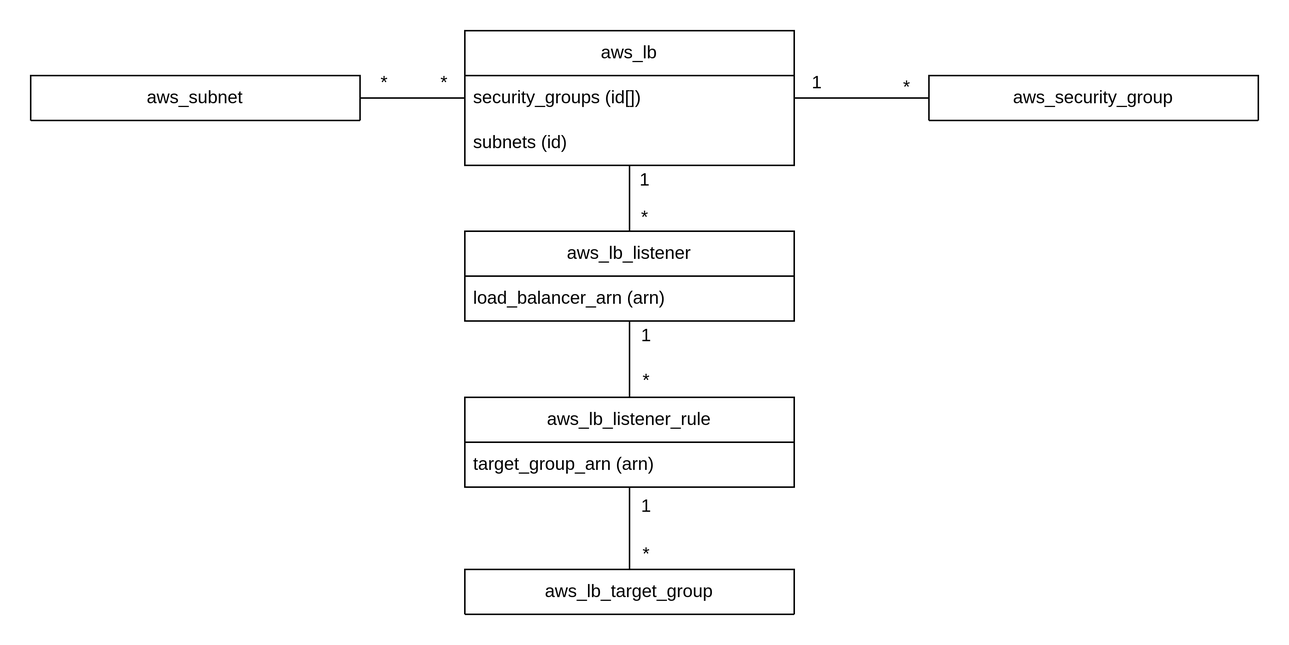
kuritaeiji/Memo keeps this draw.io diagram as Terraform/AWS/image/LB-ER図.png. Above is the earlier version. Source tidied: cells renumbered, new cells last; positions are measured from the earlier drawing's top-left corner, leaving out a move shared by most shapes.
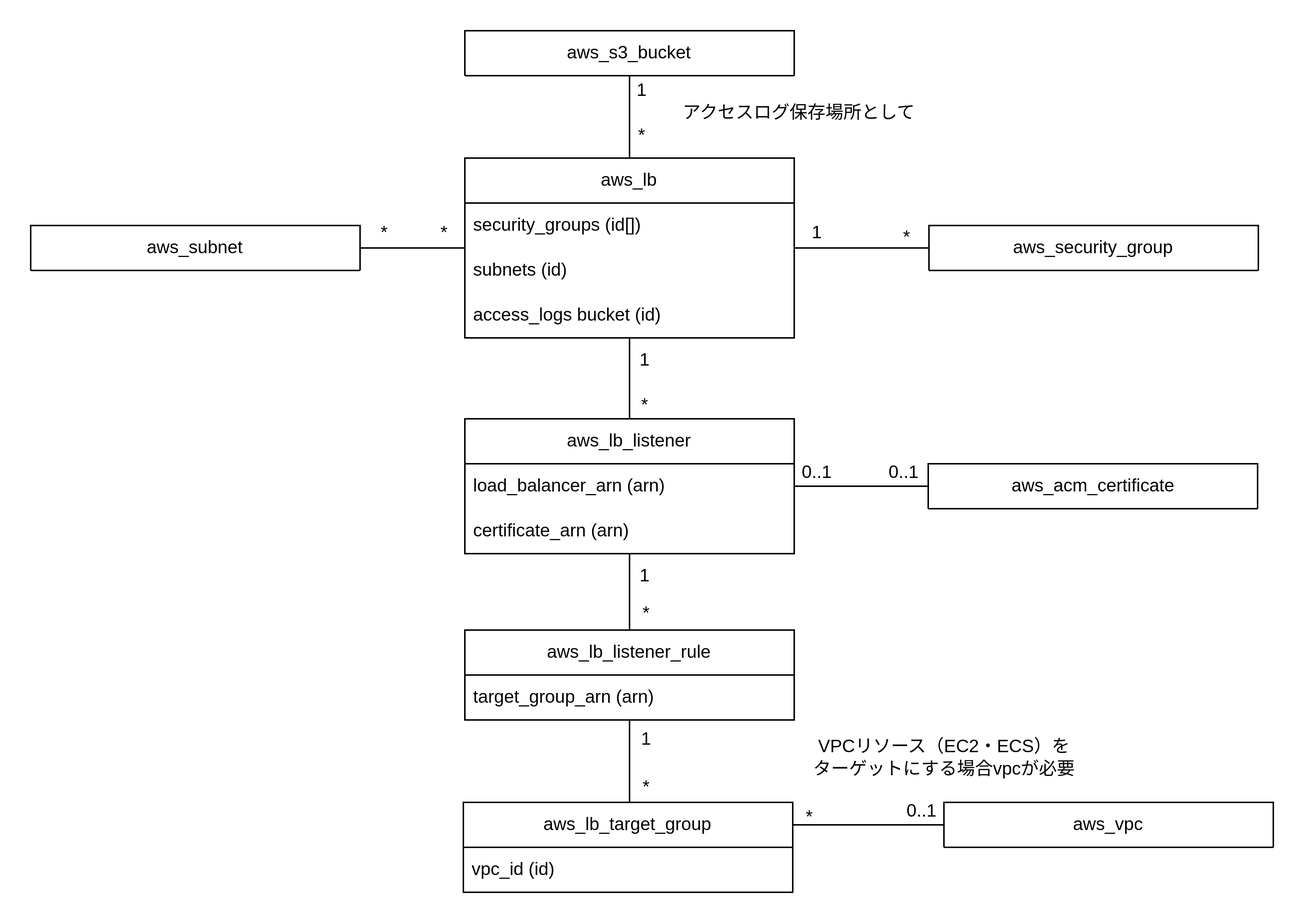
The same file after the commit.

The edit, as a diff of the source:
```diff
@@ -3,79 +3,132 @@
     <mxCell id="0" />
     <mxCell id="1" parent="0" />
     <mxCell id="2" value="aws_security_group" style="swimlane;fontStyle=0;horizontal=1;startSize=30;whiteSpace=wrap;html=1;" parent="1" vertex="1">
-      <mxGeometry x="600" y="30" width="220" height="30" as="geometry" />
+      <mxGeometry x="600" y="-25" width="220" height="30" as="geometry" />
     </mxCell>
-    <mxCell id="3" style="edgeStyle=orthogonalEdgeStyle;rounded=0;jettySize=auto;html=1;entryX=0;entryY=0.5;entryDx=0;entryDy=0;endArrow=none;endFill=0;" parent="1" edge="1" source="6" target="2">
+    <mxCell id="3" style="edgeStyle=orthogonalEdgeStyle;rounded=0;jettySize=auto;html=1;entryX=0;entryY=0.5;entryDx=0;entryDy=0;endArrow=none;endFill=0;" parent="1" edge="1" source="7" target="2">
       <mxGeometry relative="1" as="geometry" />
     </mxCell>
-    <mxCell id="4" style="edgeStyle=orthogonalEdgeStyle;rounded=0;jettySize=auto;html=1;entryX=0.5;entryY=0;entryDx=0;entryDy=0;endArrow=none;endFill=0;" parent="1" edge="1" source="6" target="12">
+    <mxCell id="4" style="edgeStyle=orthogonalEdgeStyle;rounded=0;jettySize=auto;html=1;entryX=0.5;entryY=0;entryDx=0;entryDy=0;endArrow=none;endFill=0;" parent="1" edge="1" source="7" target="14">
       <mxGeometry relative="1" as="geometry" />
     </mxCell>
-    <mxCell id="5" style="edgeStyle=orthogonalEdgeStyle;rounded=0;jettySize=auto;html=1;entryX=1;entryY=0.5;entryDx=0;entryDy=0;endArrow=none;endFill=0;" parent="1" edge="1" source="6" target="24">
+    <mxCell id="5" style="edgeStyle=orthogonalEdgeStyle;rounded=0;jettySize=auto;html=1;entryX=1;entryY=0.5;entryDx=0;entryDy=0;endArrow=none;endFill=0;" parent="1" edge="1" source="7" target="27">
       <mxGeometry relative="1" as="geometry" />
     </mxCell>
-    <mxCell id="6" value="aws_lb" style="swimlane;fontStyle=0;horizontal=1;startSize=30;whiteSpace=wrap;html=1;" parent="1" vertex="1">
-      <mxGeometry x="290" width="220" height="90" as="geometry" />
+    <mxCell id="6" style="edgeStyle=orthogonalEdgeStyle;rounded=0;jettySize=auto;html=1;entryX=0.5;entryY=1;entryDx=0;entryDy=0;endArrow=none;endFill=0;" parent="1" edge="1" source="7" target="31">
+      <mxGeometry relative="1" as="geometry" />
     </mxCell>
-    <mxCell id="7" value="security_groups (id[])" style="text;strokeColor=none;fillColor=none;align=left;verticalAlign=middle;spacingLeft=4;spacingRight=4;overflow=hidden;points=[[0,0.5],[1,0.5]];portConstraint=eastwest;whiteSpace=wrap;html=1;" parent="6" vertex="1">
-      <mxGeometry y="30" width="220" height="30" as="geometry" />
+    <mxCell id="7" value="aws_lb" style="swimlane;fontStyle=0;horizontal=1;startSize=30;whiteSpace=wrap;html=1;" parent="1" vertex="1">
+      <mxGeometry x="290" y="-70" width="220" height="120" as="geometry" />
     </mxCell>
-    <mxCell id="8" value="subnets (id)" style="text;strokeColor=none;fillColor=none;align=left;verticalAlign=middle;spacingLeft=4;spacingRight=4;overflow=hidden;whiteSpace=wrap;html=1;" parent="6" vertex="1">
-      <mxGeometry y="60" width="220" height="30" as="geometry" />
+    <mxCell id="8" value="security_groups (id[])" style="text;strokeColor=none;fillColor=none;align=left;verticalAlign=middle;spacingLeft=4;spacingRight=4;overflow=hidden;whiteSpace=wrap;html=1;" parent="7" vertex="1">
+      <mxGeometry y="30" width="220" height="30" as="geometry" />
     </mxCell>
-    <mxCell id="9" value="1" style="text;html=1;align=center;verticalAlign=middle;strokeColor=none;fillColor=none;" parent="1" vertex="1">
-      <mxGeometry x="510" y="20" width="30" height="30" as="geometry" />
+    <mxCell id="9" value="subnets (id)" style="text;strokeColor=none;fillColor=none;align=left;verticalAlign=middle;spacingLeft=4;spacingRight=4;overflow=hidden;whiteSpace=wrap;html=1;" parent="7" vertex="1">
+      <mxGeometry y="60" width="220" height="30" as="geometry" />
     </mxCell>
-    <mxCell id="10" value="*" style="text;html=1;align=center;verticalAlign=middle;strokeColor=none;fillColor=none;" parent="1" vertex="1">
-      <mxGeometry x="570" y="23" width="30" height="30" as="geometry" />
+    <mxCell id="10" value="access_logs bucket (id)" style="text;strokeColor=none;fillColor=none;align=left;verticalAlign=middle;spacingLeft=4;spacingRight=4;overflow=hidden;whiteSpace=wrap;html=1;" parent="7" vertex="1">
+      <mxGeometry y="90" width="220" height="30" as="geometry" />
     </mxCell>
-    <mxCell id="11" style="edgeStyle=orthogonalEdgeStyle;rounded=0;jettySize=auto;html=1;entryX=0.5;entryY=0;entryDx=0;entryDy=0;endArrow=none;endFill=0;" parent="1" edge="1" source="12" target="15">
-      <mxGeometry relative="1" as="geometry" />
+    <mxCell id="11" value="1" style="text;html=1;align=center;verticalAlign=middle;strokeColor=none;fillColor=none;" parent="1" vertex="1">
+      <mxGeometry x="509.5" y="-35" width="30" height="30" as="geometry" />
     </mxCell>
-    <mxCell id="12" value="aws_lb_listener" style="swimlane;fontStyle=0;horizontal=1;startSize=30;whiteSpace=wrap;html=1;" parent="1" vertex="1">
-      <mxGeometry x="290" y="134" width="220" height="60" as="geometry" />
+    <mxCell id="12" value="*" style="text;html=1;align=center;verticalAlign=middle;points=[];strokeColor=none;fillColor=none;" parent="1" vertex="1">
+      <mxGeometry x="569.5" y="-32" width="30" height="30" as="geometry" />
     </mxCell>
-    <mxCell id="13" value="load_balancer_arn (arn)" style="text;strokeColor=none;fillColor=none;align=left;verticalAlign=middle;spacingLeft=4;spacingRight=4;overflow=hidden;whiteSpace=wrap;html=1;" parent="12" vertex="1">
-      <mxGeometry y="30" width="220" height="30" as="geometry" />
+    <mxCell id="13" style="edgeStyle=orthogonalEdgeStyle;rounded=0;jettySize=auto;html=1;entryX=0.5;entryY=0;entryDx=0;entryDy=0;endArrow=none;endFill=0;" parent="1" edge="1" source="14" target="18">
+      <mxGeometry relative="1" as="geometry" />
     </mxCell>
-    <mxCell id="14" style="edgeStyle=orthogonalEdgeStyle;rounded=0;jettySize=auto;html=1;endArrow=none;endFill=0;" parent="1" edge="1" source="15" target="17">
-      <mxGeometry relative="1" as="geometry" />
+    <mxCell id="14" value="aws_lb_listener" style="swimlane;fontStyle=0;horizontal=1;startSize=30;whiteSpace=wrap;html=1;" parent="1" vertex="1">
+      <mxGeometry x="290" y="104" width="220" height="90" as="geometry" />
     </mxCell>
-    <mxCell id="15" value="aws_lb_listener_rule" style="swimlane;fontStyle=0;horizontal=1;startSize=30;whiteSpace=wrap;html=1;" parent="1" vertex="1">
-      <mxGeometry x="290" y="245" width="220" height="60" as="geometry" />
+    <mxCell id="15" value="load_balancer_arn (arn)" style="text;strokeColor=none;fillColor=none;align=left;verticalAlign=middle;spacingLeft=4;spacingRight=4;overflow=hidden;points=[[0,0.5],[1,0.5]];portConstraint=eastwest;whiteSpace=wrap;html=1;" parent="14" vertex="1">
+      <mxGeometry y="30" width="220" height="30" as="geometry" />
     </mxCell>
-    <mxCell id="16" value="target_group_arn (arn)" style="text;strokeColor=none;fillColor=none;align=left;verticalAlign=middle;spacingLeft=4;spacingRight=4;overflow=hidden;whiteSpace=wrap;html=1;" parent="15" vertex="1">
-      <mxGeometry y="30" width="220" height="30" as="geometry" />
+    <mxCell id="16" value="certificate_arn (arn)" style="text;strokeColor=none;fillColor=none;align=left;verticalAlign=middle;spacingLeft=4;spacingRight=4;overflow=hidden;whiteSpace=wrap;html=1;" parent="14" vertex="1">
+      <mxGeometry y="60" width="220" height="30" as="geometry" />
     </mxCell>
-    <mxCell id="17" value="aws_lb_target_group" style="swimlane;fontStyle=0;horizontal=1;startSize=30;whiteSpace=wrap;html=1;" parent="1" vertex="1">
-      <mxGeometry x="290" y="360" width="220" height="30" as="geometry" />
+    <mxCell id="17" style="edgeStyle=orthogonalEdgeStyle;rounded=0;jettySize=auto;html=1;endArrow=none;endFill=0;" parent="1" edge="1" source="18">
+      <mxGeometry relative="1" as="geometry">
+        <mxPoint x="400" y="360" as="targetPoint" />
+      </mxGeometry>
     </mxCell>
-    <mxCell id="18" value="1" style="text;html=1;align=center;verticalAlign=middle;points=[];strokeColor=none;fillColor=none;" parent="1" vertex="1">
-      <mxGeometry x="395" y="85" width="30" height="30" as="geometry" />
+    <mxCell id="18" value="aws_lb_listener_rule" style="swimlane;fontStyle=0;horizontal=1;startSize=30;whiteSpace=wrap;html=1;" parent="1" vertex="1">
+      <mxGeometry x="290" y="245" width="220" height="60" as="geometry" />
     </mxCell>
-    <mxCell id="19" value="*" style="text;html=1;align=center;verticalAlign=middle;strokeColor=none;fillColor=none;" parent="1" vertex="1">
-      <mxGeometry x="395" y="110" width="30" height="30" as="geometry" />
+    <mxCell id="19" value="target_group_arn (arn)" style="text;strokeColor=none;fillColor=none;align=left;verticalAlign=middle;spacingLeft=4;spacingRight=4;overflow=hidden;whiteSpace=wrap;html=1;" parent="18" vertex="1">
+      <mxGeometry y="30" width="220" height="30" as="geometry" />
     </mxCell>
-    <mxCell id="20" value="1" style="text;html=1;align=center;verticalAlign=middle;strokeColor=none;fillColor=none;" parent="1" vertex="1">
-      <mxGeometry x="396" y="189" width="30" height="30" as="geometry" />
+    <mxCell id="20" style="edgeStyle=orthogonalEdgeStyle;rounded=0;jettySize=auto;html=1;entryX=0;entryY=0.5;entryDx=0;entryDy=0;endArrow=none;endFill=0;exitX=1;exitY=0.25;exitDx=0;exitDy=0;" parent="1" edge="1" source="38" target="30">
+      <mxGeometry relative="1" as="geometry" />
     </mxCell>
-    <mxCell id="21" value="*" style="text;html=1;align=center;verticalAlign=middle;strokeColor=none;fillColor=none;" parent="1" vertex="1">
-      <mxGeometry x="396" y="219" width="30" height="30" as="geometry" />
+    <mxCell id="21" value="1" style="text;html=1;align=center;verticalAlign=middle;strokeColor=none;fillColor=none;" parent="1" vertex="1">
+      <mxGeometry x="395" y="50" width="30" height="30" as="geometry" />
     </mxCell>
-    <mxCell id="22" value="1" style="text;html=1;align=center;verticalAlign=middle;strokeColor=none;fillColor=none;" parent="1" vertex="1">
-      <mxGeometry x="396" y="303" width="30" height="30" as="geometry" />
+    <mxCell id="22" value="*" style="text;html=1;align=center;verticalAlign=middle;strokeColor=none;fillColor=none;" parent="1" vertex="1">
+      <mxGeometry x="395" y="80" width="30" height="30" as="geometry" />
     </mxCell>
-    <mxCell id="23" value="*" style="text;html=1;align=center;verticalAlign=middle;strokeColor=none;fillColor=none;" parent="1" vertex="1">
-      <mxGeometry x="396" y="335" width="30" height="30" as="geometry" />
+    <mxCell id="23" value="1" style="text;html=1;align=center;verticalAlign=middle;strokeColor=none;fillColor=none;" parent="1" vertex="1">
+      <mxGeometry x="395" y="194" width="30" height="30" as="geometry" />
     </mxCell>
-    <mxCell id="24" value="aws_subnet" style="swimlane;fontStyle=0;horizontal=1;startSize=30;whiteSpace=wrap;html=1;" parent="1" vertex="1">
-      <mxGeometry y="30" width="220" height="30" as="geometry" />
+    <mxCell id="24" value="*" style="text;html=1;align=center;verticalAlign=middle;points=[];strokeColor=none;fillColor=none;" parent="1" vertex="1">
+      <mxGeometry x="396" y="219" width="30" height="30" as="geometry" />
     </mxCell>
-    <mxCell id="25" value="*" style="text;html=1;align=center;verticalAlign=middle;strokeColor=none;fillColor=none;" parent="1" vertex="1">
-      <mxGeometry x="221" y="20" width="30" height="30" as="geometry" />
+    <mxCell id="25" value="1" style="text;html=1;align=center;verticalAlign=middle;strokeColor=none;fillColor=none;" parent="1" vertex="1">
+      <mxGeometry x="396" y="303" width="30" height="30" as="geometry" />
     </mxCell>
     <mxCell id="26" value="*" style="text;html=1;align=center;verticalAlign=middle;strokeColor=none;fillColor=none;" parent="1" vertex="1">
-      <mxGeometry x="261" y="20" width="30" height="30" as="geometry" />
+      <mxGeometry x="396" y="335" width="30" height="30" as="geometry" />
     </mxCell>
+    <mxCell id="27" value="aws_subnet" style="swimlane;fontStyle=0;horizontal=1;startSize=30;whiteSpace=wrap;html=1;" parent="1" vertex="1">
+      <mxGeometry y="-25" width="220" height="30" as="geometry" />
+    </mxCell>
+    <mxCell id="28" value="*" style="text;html=1;align=center;verticalAlign=middle;strokeColor=none;fillColor=none;" parent="1" vertex="1">
+      <mxGeometry x="220.5" y="-35" width="30" height="30" as="geometry" />
+    </mxCell>
+    <mxCell id="29" value="*" style="text;html=1;align=center;verticalAlign=middle;strokeColor=none;fillColor=none;" parent="1" vertex="1">
+      <mxGeometry x="260.5" y="-35" width="30" height="30" as="geometry" />
+    </mxCell>
+    <mxCell id="30" value="aws_vpc" style="swimlane;fontStyle=0;horizontal=1;startSize=30;whiteSpace=wrap;html=1;" parent="1" vertex="1">
+      <mxGeometry x="610" y="360" width="220" height="30" as="geometry" />
+    </mxCell>
+    <mxCell id="31" value="aws_s3_bucket" style="swimlane;fontStyle=0;horizontal=1;startSize=30;whiteSpace=wrap;html=1;" parent="1" vertex="1">
+      <mxGeometry x="290" y="-155" width="220" height="30" as="geometry" />
+    </mxCell>
+    <mxCell id="32" value="1" style="text;html=1;align=center;verticalAlign=middle;strokeColor=none;fillColor=none;" parent="1" vertex="1">
+      <mxGeometry x="393" y="-130" width="30" height="30" as="geometry" />
+    </mxCell>
+    <mxCell id="33" value="*" style="text;html=1;align=center;verticalAlign=middle;strokeColor=none;fillColor=none;" parent="1" vertex="1">
+      <mxGeometry x="393" y="-100" width="30" height="30" as="geometry" />
+    </mxCell>
+    <mxCell id="34" value="*" style="text;html=1;align=center;verticalAlign=middle;strokeColor=none;fillColor=none;" parent="1" vertex="1">
+      <mxGeometry x="505" y="355" width="30" height="30" as="geometry" />
+    </mxCell>
+    <mxCell id="35" value="0..1" style="text;html=1;align=center;verticalAlign=middle;strokeColor=none;fillColor=none;" parent="1" vertex="1">
+      <mxGeometry x="575" y="351" width="40" height="30" as="geometry" />
+    </mxCell>
+    <mxCell id="36" value="アクセスログ保存場所として" style="text;html=1;align=center;verticalAlign=middle;strokeColor=none;fillColor=none;" parent="1" vertex="1">
+      <mxGeometry x="423" y="-115" width="180" height="30" as="geometry" />
+    </mxCell>
+    <mxCell id="37" value="VPCリソース（EC2・ECS）を&lt;div&gt;ターゲットにする場合vpcが必要&lt;/div&gt;" style="text;html=1;align=center;verticalAlign=middle;strokeColor=none;fillColor=none;" parent="1" vertex="1">
+      <mxGeometry x="510" y="310" width="200" height="40" as="geometry" />
+    </mxCell>
+    <mxCell id="38" value="aws_lb_target_group" style="swimlane;fontStyle=0;horizontal=1;startSize=30;whiteSpace=wrap;html=1;" parent="1" vertex="1">
+      <mxGeometry x="289" y="360" width="220" height="60" as="geometry" />
+    </mxCell>
+    <mxCell id="39" value="vpc_id (id)" style="text;strokeColor=none;fillColor=none;align=left;verticalAlign=middle;spacingLeft=4;spacingRight=4;overflow=hidden;whiteSpace=wrap;html=1;" parent="38" vertex="1">
+      <mxGeometry y="30" width="220" height="30" as="geometry" />
+    </mxCell>
+    <mxCell id="40" value="aws_acm_certificate" style="swimlane;fontStyle=0;horizontal=1;startSize=30;whiteSpace=wrap;html=1;" parent="1" vertex="1">
+      <mxGeometry x="599.5" y="134" width="220" height="30" as="geometry" />
+    </mxCell>
+    <mxCell id="41" style="edgeStyle=orthogonalEdgeStyle;rounded=0;jettySize=auto;html=1;endArrow=none;endFill=0;" parent="1" edge="1" source="15" target="40">
+      <mxGeometry relative="1" as="geometry" />
+    </mxCell>
+    <mxCell id="42" value="0..1" style="text;html=1;align=center;verticalAlign=middle;strokeColor=none;fillColor=none;" parent="1" vertex="1">
+      <mxGeometry x="505" y="125" width="40" height="30" as="geometry" />
+    </mxCell>
+    <mxCell id="43" value="0..1" style="text;html=1;align=center;verticalAlign=middle;strokeColor=none;fillColor=none;" parent="1" vertex="1">
+      <mxGeometry x="563" y="125" width="40" height="30" as="geometry" />
+    </mxCell>
   </root>
 </mxGraphModel>
```
